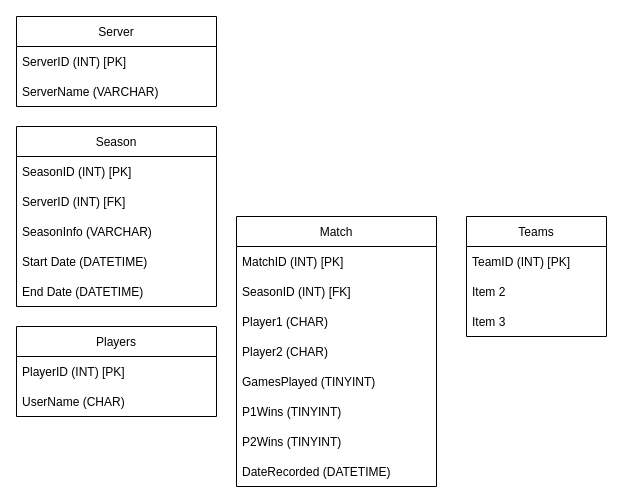
Earlier version of the draw.io diagram TourneyBotDB.drawio (SpencerRSMS/TourneyBot). Source tidied: cells renumbered, new cells numbered last; positions are measured from the earlier drawing's top-left corner, leaving out a move shared by most shapes. Both pictures are drawn from the tidied source at 100%, with x=0, y=0 at pixel (16, 16).
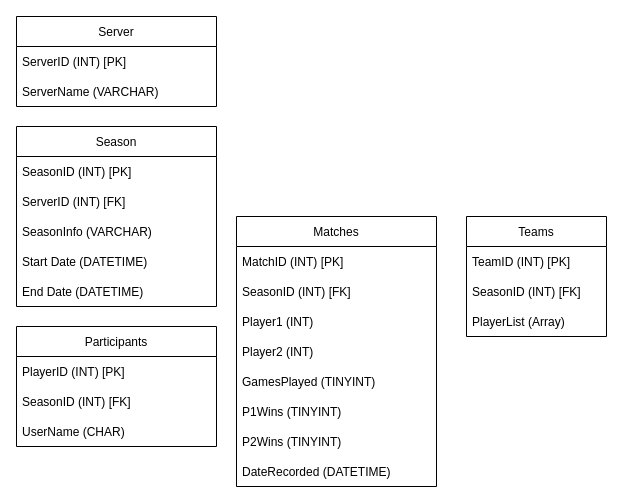
Above is the later version.

Commit message:
Modify data types

Unchanged cells that the change refers to:
```xml
<mxCell id="23" value="Teams" style="swimlane;fontStyle=0;horizontal=1;startSize=30;" parent="1" vertex="1">
  <mxGeometry x="450" y="200" width="140" height="120" as="geometry" />
</mxCell>
```

The edit, as a diff of the source:
```diff
@@
-    <mxCell id="2" value="Players" style="swimlane;fontStyle=0;horizontal=1;startSize=30;" parent="1" vertex="1">
-      <mxGeometry y="310" width="200" height="90" as="geometry" />
+    <mxCell id="2" value="Participants" style="swimlane;fontStyle=0;horizontal=1;startSize=30;" parent="1" vertex="1">
+      <mxGeometry y="310" width="200" height="120" as="geometry" />
     </mxCell>
@@
+    <mxCell id="27" value="SeasonID (INT) [FK]" style="text;strokeColor=none;fillColor=none;align=left;verticalAlign=middle;spacingLeft=4;spacingRight=4;overflow=hidden;" parent="2" vertex="1">
+      <mxGeometry y="60" width="200" height="30" as="geometry" />
+    </mxCell>
     <mxCell id="4" value="UserName (CHAR)" style="text;strokeColor=none;fillColor=none;align=left;verticalAlign=middle;spacingLeft=4;spacingRight=4;overflow=hidden;" parent="2" vertex="1">
-      <mxGeometry y="60" width="200" height="30" as="geometry" />
+      <mxGeometry y="90" width="200" height="30" as="geometry" />
     </mxCell>
@@
-    <mxCell id="14" value="Match" style="swimlane;fontStyle=0;horizontal=1;startSize=30;" parent="1" vertex="1">
+    <mxCell id="14" value="Matches" style="swimlane;fontStyle=0;horizontal=1;startSize=30;" parent="1" vertex="1">
       <mxGeometry x="220" y="200" width="200" height="270" as="geometry" />
     </mxCell>
@@
-    <mxCell id="17" value="Player1 (CHAR)" style="text;strokeColor=none;fillColor=none;align=left;verticalAlign=middle;spacingLeft=4;spacingRight=4;overflow=hidden;" parent="14" vertex="1">
+    <mxCell id="17" value="Player1 (INT)" style="text;strokeColor=none;fillColor=none;align=left;verticalAlign=middle;spacingLeft=4;spacingRight=4;overflow=hidden;" parent="14" vertex="1">
       <mxGeometry y="90" width="200" height="30" as="geometry" />
     </mxCell>
-    <mxCell id="18" value="Player2 (CHAR)" style="text;strokeColor=none;fillColor=none;align=left;verticalAlign=middle;spacingLeft=4;spacingRight=4;overflow=hidden;" parent="14" vertex="1">
+    <mxCell id="18" value="Player2 (INT)" style="text;strokeColor=none;fillColor=none;align=left;verticalAlign=middle;spacingLeft=4;spacingRight=4;overflow=hidden;" parent="14" vertex="1">
       <mxGeometry y="120" width="200" height="30" as="geometry" />
     </mxCell>
@@
-    <mxCell id="25" value="Item 2" style="text;strokeColor=none;fillColor=none;align=left;verticalAlign=middle;spacingLeft=4;spacingRight=4;overflow=hidden;" parent="23" vertex="1">
+    <mxCell id="25" value="SeasonID (INT) [FK]" style="text;strokeColor=none;fillColor=none;align=left;verticalAlign=middle;spacingLeft=4;spacingRight=4;overflow=hidden;" parent="23" vertex="1">
       <mxGeometry y="60" width="140" height="30" as="geometry" />
     </mxCell>
-    <mxCell id="26" value="Item 3" style="text;strokeColor=none;fillColor=none;align=left;verticalAlign=middle;spacingLeft=4;spacingRight=4;overflow=hidden;" parent="23" vertex="1">
+    <mxCell id="26" value="PlayerList (Array)" style="text;strokeColor=none;fillColor=none;align=left;verticalAlign=middle;spacingLeft=4;spacingRight=4;overflow=hidden;" parent="23" vertex="1">
       <mxGeometry y="90" width="140" height="30" as="geometry" />
     </mxCell>
```
